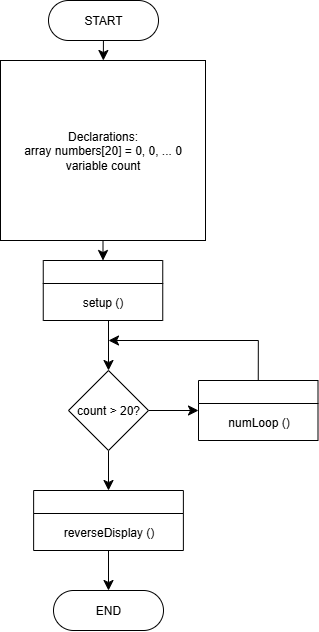
Earlier version of the draw.io export Module 7 - Arrays Exercise 1-1 - Connor Bowles.drawio.png (CBowles10/SDEV_120_FALL2025_CBOWLES). Source tidied: cells renumbered, new cells last; positions are measured from the earlier drawing's top-left corner, leaving out a move shared by most shapes.
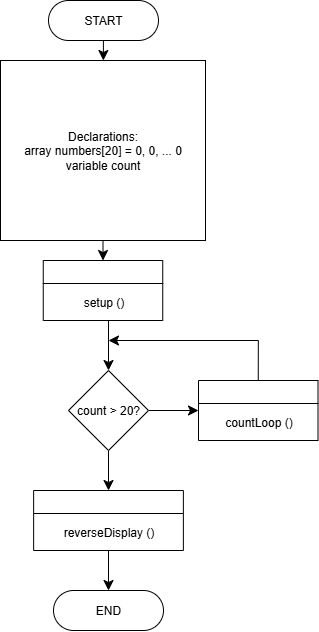
After the commit.

What changed in the source:
```diff
@@ -34,8 +34,8 @@
     <mxCell id="10" style="swimlane;whiteSpace=wrap;html=1;" parent="1" vertex="1">
       <mxGeometry x="198" y="380" width="119.5" height="60" as="geometry" />
     </mxCell>
-    <mxCell id="11" value="&lt;font style=&quot;font-size: 12px;&quot;&gt;numLoop ()&lt;/font&gt;" style="text;html=1;align=center;verticalAlign=middle;strokeColor=none;fillColor=none;fontSize=16;" parent="10" vertex="1">
-      <mxGeometry x="19.8" y="25" width="80" height="30" as="geometry" />
+    <mxCell id="11" value="&lt;font style=&quot;font-size: 12px;&quot;&gt;countLoop ()&lt;/font&gt;" style="text;html=1;align=center;verticalAlign=middle;strokeColor=none;fillColor=none;fontSize=16;" parent="10" vertex="1">
+      <mxGeometry x="14.8" y="25" width="90" height="30" as="geometry" />
     </mxCell>
     <mxCell id="12" style="edgeStyle=none;curved=1;rounded=0;jettySize=auto;html=1;entryX=0.5;entryY=0;entryDx=0;entryDy=0;fontSize=12;startSize=8;endSize=8;" parent="1" edge="1" target="8">
       <mxGeometry relative="1" as="geometry">
```
